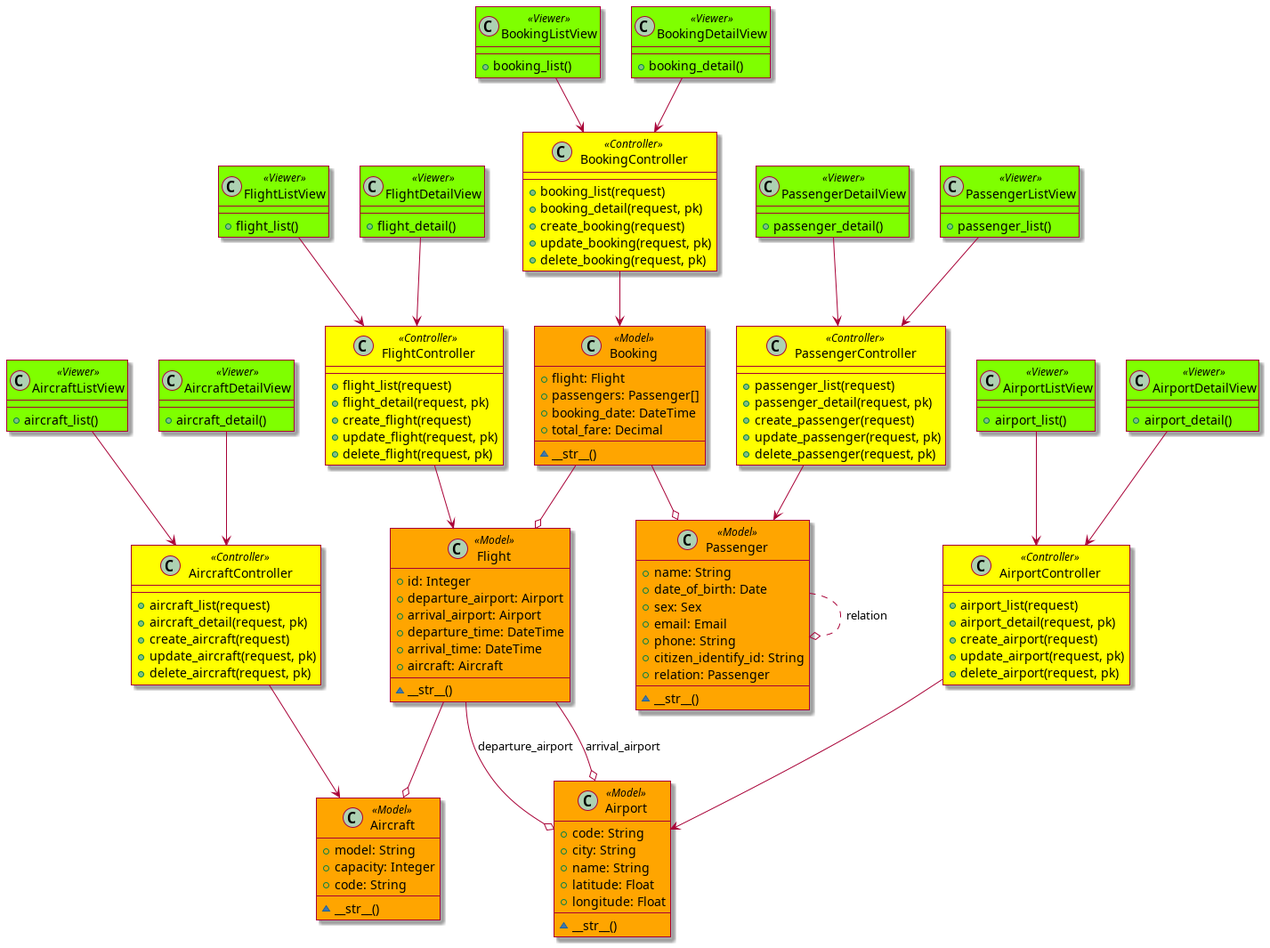
This is documents/class-uml.png from t-pk/aviation-management-project, a PlantUML export, as it was before one commit.
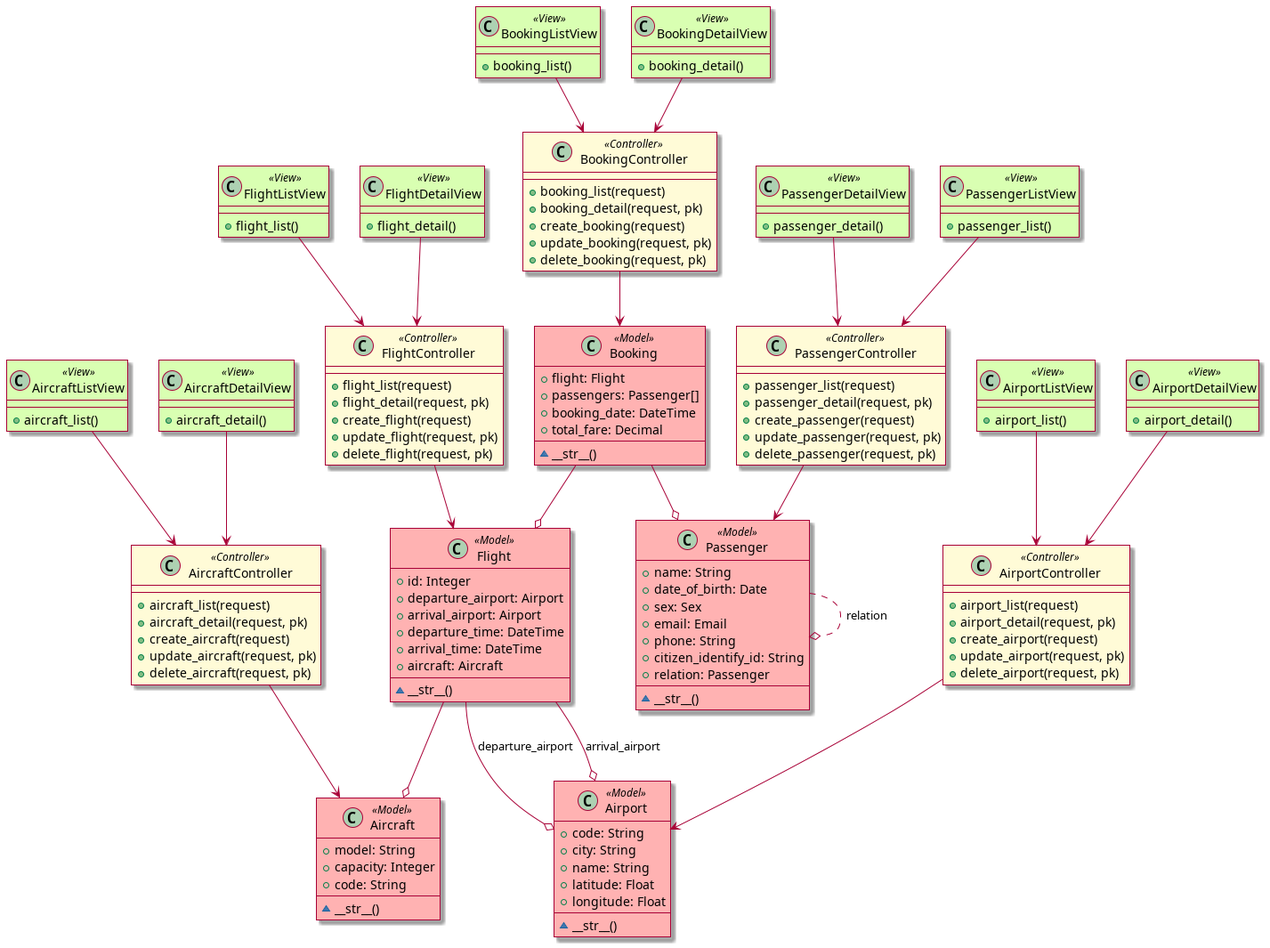
Above is the later version.

Commit message:
update sequence diagram

Diff of the diagram source:
```diff
@@ -3,15 +3,15 @@
 skin rose
 
 skinparam class {
-BackgroundColor<<Model>> orange
+BackgroundColor<<Model>> #FFB2B2
 }
 
 skinparam class {
-BackgroundColor<<Controller>> yellow
+BackgroundColor<<Controller>> #FFFBD7
 }
 
 skinparam class {
-BackgroundColor<<Viewer>> chartreuse
+BackgroundColor<<View>> #D9FFB2
 }
 
 
@@ -60,43 +60,43 @@
     ~ __str__()
 }
 
-class FlightListView<<Viewer>> {
+class FlightListView<<View>> {
     + flight_list()
 }
 
-class FlightDetailView<<Viewer>> {
+class FlightDetailView<<View>> {
     + flight_detail()
 }
 
-class AirportListView<<Viewer>> {
+class AirportListView<<View>> {
     + airport_list()
 }
 
-class AirportDetailView<<Viewer>> {
+class AirportDetailView<<View>> {
     + airport_detail()
 }
 
-class AircraftListView<<Viewer>> {
+class AircraftListView<<View>> {
     + aircraft_list()
 }
 
-class AircraftDetailView<<Viewer>> {
+class AircraftDetailView<<View>> {
     + aircraft_detail()
 }
 
-class PassengerListView<<Viewer>> {
+class PassengerListView<<View>> {
     + passenger_list()
 }
 
-class PassengerDetailView<<Viewer>> {
+class PassengerDetailView<<View>> {
     + passenger_detail()
 }
 
-class BookingListView<<Viewer>> {
+class BookingListView<<View>> {
     + booking_list()
 }
 
-class BookingDetailView<<Viewer>> {
+class BookingDetailView<<View>> {
     + booking_detail()
 }
 
```
